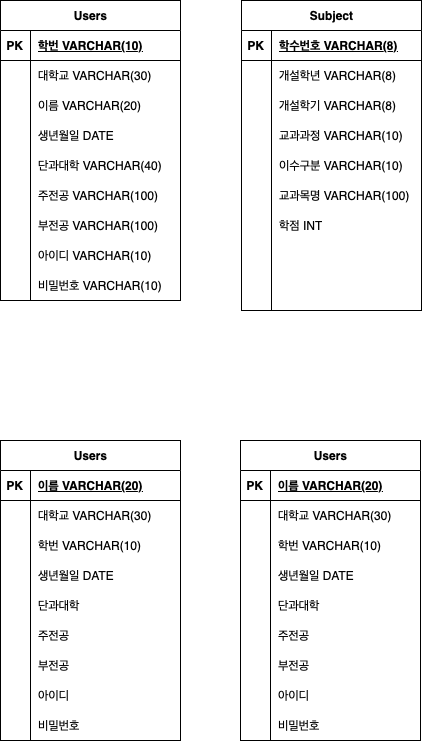
Earlier version of the draw.io export 전체 DB.drawio.png (korea29/2024-01-CSC4004-03-Summer). Source tidied: cells renumbered, new cells last; positions are measured from the earlier drawing's top-left corner, leaving out a move shared by most shapes.
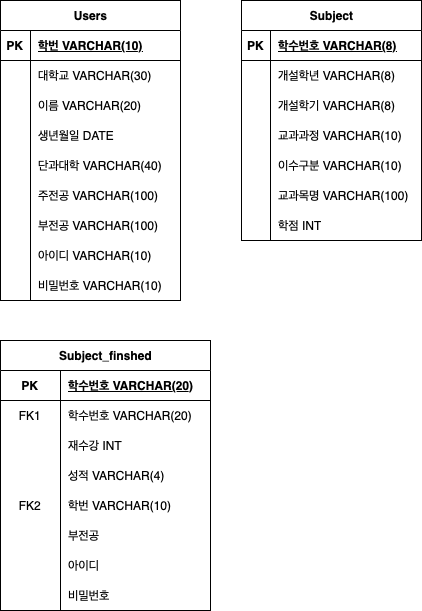
After the change.

Commit message:
전체 DB.drawio.png 업데이트

Change to the diagram source:
```diff
@@ -89,3 +89,3 @@
     <mxCell id="30" value="Subject" style="shape=table;startSize=30;rowLines=0;fontStyle=1;align=center;html=1;" parent="1" vertex="1">
-      <mxGeometry x="241" width="180" height="310" as="geometry" />
+      <mxGeometry x="241" width="180" height="240" as="geometry" />
     </mxCell>
@@ -95,6 +95,6 @@
     <mxCell id="32" value="PK" style="shape=partialRectangle;fillColor=none;top=0;left=0;bottom=0;right=0;fontStyle=1;overflow=hidden;whiteSpace=wrap;html=1;" parent="31" vertex="1">
-      <mxGeometry width="30" height="30" as="geometry" />
+      <mxGeometry width="29" height="30" as="geometry" />
     </mxCell>
     <mxCell id="33" value="학수번호 VARCHAR(8)" style="shape=partialRectangle;fillColor=none;top=0;left=0;bottom=0;right=0;align=left;spacingLeft=6;fontStyle=5;overflow=hidden;whiteSpace=wrap;html=1;" parent="31" vertex="1">
-      <mxGeometry x="30" width="150" height="30" as="geometry" />
+      <mxGeometry x="29" width="151" height="30" as="geometry" />
     </mxCell>
@@ -104,6 +104,6 @@
     <mxCell id="35" style="shape=partialRectangle;fillColor=none;top=0;left=0;bottom=0;right=0;overflow=hidden;whiteSpace=wrap;html=1;" parent="34" vertex="1">
-      <mxGeometry width="30" height="30" as="geometry" />
+      <mxGeometry width="29" height="30" as="geometry" />
     </mxCell>
     <mxCell id="36" value="개설학년 VARCHAR(8)" style="shape=partialRectangle;fillColor=none;top=0;left=0;bottom=0;right=0;align=left;spacingLeft=6;overflow=hidden;whiteSpace=wrap;html=1;" parent="34" vertex="1">
-      <mxGeometry x="30" width="150" height="30" as="geometry" />
+      <mxGeometry x="29" width="151" height="30" as="geometry" />
     </mxCell>
@@ -113,6 +113,6 @@
     <mxCell id="38" style="shape=partialRectangle;fillColor=none;top=0;left=0;bottom=0;right=0;overflow=hidden;whiteSpace=wrap;html=1;" parent="37" vertex="1">
-      <mxGeometry width="30" height="30" as="geometry" />
+      <mxGeometry width="29" height="30" as="geometry" />
     </mxCell>
     <mxCell id="39" value="개설학기 VARCHAR(8)" style="shape=partialRectangle;fillColor=none;top=0;left=0;bottom=0;right=0;align=left;spacingLeft=6;overflow=hidden;whiteSpace=wrap;html=1;" parent="37" vertex="1">
-      <mxGeometry x="30" width="150" height="30" as="geometry" />
+      <mxGeometry x="29" width="151" height="30" as="geometry" />
     </mxCell>
@@ -122,6 +122,6 @@
     <mxCell id="41" style="shape=partialRectangle;fillColor=none;top=0;left=0;bottom=0;right=0;overflow=hidden;whiteSpace=wrap;html=1;" parent="40" vertex="1">
-      <mxGeometry width="30" height="30" as="geometry" />
+      <mxGeometry width="29" height="30" as="geometry" />
     </mxCell>
     <mxCell id="42" value="교과과정 VARCHAR(10)" style="shape=partialRectangle;fillColor=none;top=0;left=0;bottom=0;right=0;align=left;spacingLeft=6;overflow=hidden;whiteSpace=wrap;html=1;" parent="40" vertex="1">
-      <mxGeometry x="30" width="150" height="30" as="geometry" />
+      <mxGeometry x="29" width="151" height="30" as="geometry" />
     </mxCell>
@@ -131,6 +131,6 @@
     <mxCell id="44" style="shape=partialRectangle;fillColor=none;top=0;left=0;bottom=0;right=0;overflow=hidden;whiteSpace=wrap;html=1;" parent="43" vertex="1">
-      <mxGeometry width="30" height="30" as="geometry" />
+      <mxGeometry width="29" height="30" as="geometry" />
     </mxCell>
     <mxCell id="45" value="이수구분 VARCHAR(10)" style="shape=partialRectangle;fillColor=none;top=0;left=0;bottom=0;right=0;align=left;spacingLeft=6;overflow=hidden;whiteSpace=wrap;html=1;" parent="43" vertex="1">
-      <mxGeometry x="30" width="150" height="30" as="geometry" />
+      <mxGeometry x="29" width="151" height="30" as="geometry" />
     </mxCell>
@@ -140,6 +140,6 @@
     <mxCell id="47" style="shape=partialRectangle;fillColor=none;top=0;left=0;bottom=0;right=0;overflow=hidden;whiteSpace=wrap;html=1;" parent="46" vertex="1">
-      <mxGeometry width="30" height="30" as="geometry" />
+      <mxGeometry width="29" height="30" as="geometry" />
     </mxCell>
     <mxCell id="48" value="교과목명 VARCHAR(100)" style="shape=partialRectangle;fillColor=none;top=0;left=0;bottom=0;right=0;align=left;spacingLeft=6;overflow=hidden;whiteSpace=wrap;html=1;" parent="46" vertex="1">
-      <mxGeometry x="30" width="150" height="30" as="geometry" />
+      <mxGeometry x="29" width="151" height="30" as="geometry" />
     </mxCell>
@@ -149,193 +149,82 @@
     <mxCell id="50" style="shape=partialRectangle;fillColor=none;top=0;left=0;bottom=0;right=0;overflow=hidden;whiteSpace=wrap;html=1;" parent="49" vertex="1">
-      <mxGeometry width="30" height="30" as="geometry" />
+      <mxGeometry width="29" height="30" as="geometry" />
     </mxCell>
     <mxCell id="51" value="학점 INT" style="shape=partialRectangle;fillColor=none;top=0;left=0;bottom=0;right=0;align=left;spacingLeft=6;overflow=hidden;whiteSpace=wrap;html=1;" parent="49" vertex="1">
-      <mxGeometry x="30" width="150" height="30" as="geometry" />
+      <mxGeometry x="29" width="151" height="30" as="geometry" />
     </mxCell>
-    <mxCell id="52" style="shape=tableRow;horizontal=0;startSize=0;swimlaneHead=0;swimlaneBody=0;fillColor=none;top=0;left=0;right=0;bottom=0;" parent="30" vertex="1">
-      <mxGeometry y="240" width="180" height="30" as="geometry" />
-    </mxCell>
-    <mxCell id="53" style="shape=partialRectangle;fillColor=none;top=0;left=0;bottom=0;right=0;overflow=hidden;whiteSpace=wrap;html=1;" parent="52" vertex="1">
-      <mxGeometry width="30" height="30" as="geometry" />
-    </mxCell>
-    <mxCell id="54" style="shape=partialRectangle;fillColor=none;top=0;left=0;bottom=0;right=0;align=left;spacingLeft=6;overflow=hidden;whiteSpace=wrap;html=1;" parent="52" vertex="1">
-      <mxGeometry x="30" width="150" height="30" as="geometry" />
-    </mxCell>
-    <mxCell id="55" style="shape=tableRow;horizontal=0;startSize=0;swimlaneHead=0;swimlaneBody=0;fillColor=none;top=0;left=0;right=0;bottom=0;" parent="30" vertex="1">
-      <mxGeometry y="270" width="180" height="40" as="geometry" />
-    </mxCell>
-    <mxCell id="56" style="shape=partialRectangle;fillColor=none;top=0;left=0;bottom=0;right=0;overflow=hidden;whiteSpace=wrap;html=1;" parent="55" vertex="1">
-      <mxGeometry width="30" height="40" as="geometry" />
-    </mxCell>
-    <mxCell id="57" style="shape=partialRectangle;fillColor=none;top=0;left=0;bottom=0;right=0;align=left;spacingLeft=6;overflow=hidden;whiteSpace=wrap;html=1;" parent="55" vertex="1">
-      <mxGeometry x="30" width="150" height="40" as="geometry" />
-    </mxCell>
-    <mxCell id="58" value="Users" style="shape=table;startSize=30;rowLines=0;fontStyle=1;align=center;html=1;" parent="1" vertex="1">
-      <mxGeometry y="440" width="180" height="300" as="geometry" />
+    <mxCell id="58" value="Subject_finshed" style="shape=table;startSize=30;rowLines=0;fontStyle=1;align=center;html=1;" parent="1" vertex="1">
+      <mxGeometry y="340" width="210" height="270" as="geometry" />
     </mxCell>
     <mxCell id="59" style="shape=tableRow;horizontal=0;startSize=0;swimlaneHead=0;swimlaneBody=0;fillColor=none;top=0;left=0;right=0;bottom=1;" parent="58" vertex="1">
-      <mxGeometry y="30" width="180" height="30" as="geometry" />
+      <mxGeometry y="30" width="210" height="30" as="geometry" />
     </mxCell>
     <mxCell id="60" value="PK" style="shape=partialRectangle;fillColor=none;top=0;left=0;bottom=0;right=0;fontStyle=1;overflow=hidden;whiteSpace=wrap;html=1;" parent="59" vertex="1">
-      <mxGeometry width="30" height="30" as="geometry" />
+      <mxGeometry width="60" height="30" as="geometry" />
     </mxCell>
-    <mxCell id="61" value="이름 VARCHAR(20)" style="shape=partialRectangle;fillColor=none;top=0;left=0;bottom=0;right=0;align=left;spacingLeft=6;fontStyle=5;overflow=hidden;whiteSpace=wrap;html=1;" parent="59" vertex="1">
-      <mxGeometry x="30" width="150" height="30" as="geometry" />
+    <mxCell id="61" value="학수번호 VARCHAR(20)" style="shape=partialRectangle;fillColor=none;top=0;left=0;bottom=0;right=0;align=left;spacingLeft=6;fontStyle=5;overflow=hidden;whiteSpace=wrap;html=1;" parent="59" vertex="1">
+      <mxGeometry x="60" width="150" height="30" as="geometry" />
     </mxCell>
     <mxCell id="62" style="shape=tableRow;horizontal=0;startSize=0;swimlaneHead=0;swimlaneBody=0;fillColor=none;top=0;left=0;right=0;bottom=0;" parent="58" vertex="1">
-      <mxGeometry y="60" width="180" height="30" as="geometry" />
+      <mxGeometry y="60" width="210" height="30" as="geometry" />
     </mxCell>
-    <mxCell id="63" style="shape=partialRectangle;fillColor=none;top=0;left=0;bottom=0;right=0;overflow=hidden;whiteSpace=wrap;html=1;" parent="62" vertex="1">
-      <mxGeometry width="30" height="30" as="geometry" />
+    <mxCell id="63" value="FK1" style="shape=partialRectangle;fillColor=none;top=0;left=0;bottom=0;right=0;overflow=hidden;whiteSpace=wrap;html=1;" parent="62" vertex="1">
+      <mxGeometry width="60" height="30" as="geometry" />
     </mxCell>
-    <mxCell id="64" value="대학교 VARCHAR(30)" style="shape=partialRectangle;fillColor=none;top=0;left=0;bottom=0;right=0;align=left;spacingLeft=6;overflow=hidden;whiteSpace=wrap;html=1;" parent="62" vertex="1">
-      <mxGeometry x="30" width="150" height="30" as="geometry" />
+    <mxCell id="64" value="학수번호 VARCHAR(20)" style="shape=partialRectangle;fillColor=none;top=0;left=0;bottom=0;right=0;align=left;spacingLeft=6;overflow=hidden;whiteSpace=wrap;html=1;" parent="62" vertex="1">
+      <mxGeometry x="60" width="150" height="30" as="geometry" />
     </mxCell>
     <mxCell id="65" style="shape=tableRow;horizontal=0;startSize=0;swimlaneHead=0;swimlaneBody=0;fillColor=none;top=0;left=0;right=0;bottom=0;" parent="58" vertex="1">
-      <mxGeometry y="90" width="180" height="30" as="geometry" />
+      <mxGeometry y="90" width="210" height="30" as="geometry" />
     </mxCell>
     <mxCell id="66" style="shape=partialRectangle;fillColor=none;top=0;left=0;bottom=0;right=0;overflow=hidden;whiteSpace=wrap;html=1;" parent="65" vertex="1">
-      <mxGeometry width="30" height="30" as="geometry" />
+      <mxGeometry width="60" height="30" as="geometry" />
     </mxCell>
-    <mxCell id="67" value="학번 VARCHAR(10)" style="shape=partialRectangle;fillColor=none;top=0;left=0;bottom=0;right=0;align=left;spacingLeft=6;overflow=hidden;whiteSpace=wrap;html=1;" parent="65" vertex="1">
-      <mxGeometry x="30" width="150" height="30" as="geometry" />
+    <mxCell id="67" value="재수강 INT" style="shape=partialRectangle;fillColor=none;top=0;left=0;bottom=0;right=0;align=left;spacingLeft=6;overflow=hidden;whiteSpace=wrap;html=1;" parent="65" vertex="1">
+      <mxGeometry x="60" width="150" height="30" as="geometry" />
     </mxCell>
     <mxCell id="68" style="shape=tableRow;horizontal=0;startSize=0;swimlaneHead=0;swimlaneBody=0;fillColor=none;top=0;left=0;right=0;bottom=0;" parent="58" vertex="1">
-      <mxGeometry y="120" width="180" height="30" as="geometry" />
+      <mxGeometry y="120" width="210" height="30" as="geometry" />
     </mxCell>
     <mxCell id="69" style="shape=partialRectangle;fillColor=none;top=0;left=0;bottom=0;right=0;overflow=hidden;whiteSpace=wrap;html=1;" parent="68" vertex="1">
-      <mxGeometry width="30" height="30" as="geometry" />
+      <mxGeometry width="60" height="30" as="geometry" />
     </mxCell>
-    <mxCell id="70" value="생년월일 DATE" style="shape=partialRectangle;fillColor=none;top=0;left=0;bottom=0;right=0;align=left;spacingLeft=6;overflow=hidden;whiteSpace=wrap;html=1;" parent="68" vertex="1">
-      <mxGeometry x="30" width="150" height="30" as="geometry" />
+    <mxCell id="70" value="성적 VARCHAR(4)" style="shape=partialRectangle;fillColor=none;top=0;left=0;bottom=0;right=0;align=left;spacingLeft=6;overflow=hidden;whiteSpace=wrap;html=1;" parent="68" vertex="1">
+      <mxGeometry x="60" width="150" height="30" as="geometry" />
     </mxCell>
     <mxCell id="71" style="shape=tableRow;horizontal=0;startSize=0;swimlaneHead=0;swimlaneBody=0;fillColor=none;top=0;left=0;right=0;bottom=0;" parent="58" vertex="1">
-      <mxGeometry y="150" width="180" height="30" as="geometry" />
+      <mxGeometry y="150" width="210" height="30" as="geometry" />
     </mxCell>
-    <mxCell id="72" style="shape=partialRectangle;fillColor=none;top=0;left=0;bottom=0;right=0;overflow=hidden;whiteSpace=wrap;html=1;" parent="71" vertex="1">
-      <mxGeometry width="30" height="30" as="geometry" />
+    <mxCell id="72" value="FK2" style="shape=partialRectangle;fillColor=none;top=0;left=0;bottom=0;right=0;overflow=hidden;whiteSpace=wrap;html=1;" parent="71" vertex="1">
+      <mxGeometry width="60" height="30" as="geometry" />
     </mxCell>
-    <mxCell id="73" value="단과대학&amp;nbsp;" style="shape=partialRectangle;fillColor=none;top=0;left=0;bottom=0;right=0;align=left;spacingLeft=6;overflow=hidden;whiteSpace=wrap;html=1;" parent="71" vertex="1">
-      <mxGeometry x="30" width="150" height="30" as="geometry" />
+    <mxCell id="73" value="학번 VARCHAR(10)" style="shape=partialRectangle;fillColor=none;top=0;left=0;bottom=0;right=0;align=left;spacingLeft=6;overflow=hidden;whiteSpace=wrap;html=1;" parent="71" vertex="1">
+      <mxGeometry x="60" width="150" height="30" as="geometry" />
     </mxCell>
-    <mxCell id="74" style="shape=tableRow;horizontal=0;startSize=0;swimlaneHead=0;swimlaneBody=0;fillColor=none;top=0;left=0;right=0;bottom=0;" parent="58" vertex="1">
-      <mxGeometry y="180" width="180" height="30" as="geometry" />
-    </mxCell>
-    <mxCell id="75" style="shape=partialRectangle;fillColor=none;top=0;left=0;bottom=0;right=0;overflow=hidden;whiteSpace=wrap;html=1;" parent="74" vertex="1">
-      <mxGeometry width="30" height="30" as="geometry" />
-    </mxCell>
-    <mxCell id="76" value="주전공" style="shape=partialRectangle;fillColor=none;top=0;left=0;bottom=0;right=0;align=left;spacingLeft=6;overflow=hidden;whiteSpace=wrap;html=1;" parent="74" vertex="1">
-      <mxGeometry x="30" width="150" height="30" as="geometry" />
-    </mxCell>
     <mxCell id="77" style="shape=tableRow;horizontal=0;startSize=0;swimlaneHead=0;swimlaneBody=0;fillColor=none;top=0;left=0;right=0;bottom=0;" parent="58" vertex="1">
-      <mxGeometry y="210" width="180" height="30" as="geometry" />
+      <mxGeometry y="180" width="210" height="30" as="geometry" />
     </mxCell>
     <mxCell id="78" style="shape=partialRectangle;fillColor=none;top=0;left=0;bottom=0;right=0;overflow=hidden;whiteSpace=wrap;html=1;" parent="77" vertex="1">
-      <mxGeometry width="30" height="30" as="geometry" />
+      <mxGeometry width="60" height="30" as="geometry" />
     </mxCell>
     <mxCell id="79" value="부전공" style="shape=partialRectangle;fillColor=none;top=0;left=0;bottom=0;right=0;align=left;spacingLeft=6;overflow=hidden;whiteSpace=wrap;html=1;" parent="77" vertex="1">
-      <mxGeometry x="30" width="150" height="30" as="geometry" />
+      <mxGeometry x="60" width="150" height="30" as="geometry" />
     </mxCell>
     <mxCell id="80" style="shape=tableRow;horizontal=0;startSize=0;swimlaneHead=0;swimlaneBody=0;fillColor=none;top=0;left=0;right=0;bottom=0;" parent="58" vertex="1">
-      <mxGeometry y="240" width="180" height="30" as="geometry" />
+      <mxGeometry y="210" width="210" height="30" as="geometry" />
     </mxCell>
     <mxCell id="81" style="shape=partialRectangle;fillColor=none;top=0;left=0;bottom=0;right=0;overflow=hidden;whiteSpace=wrap;html=1;" parent="80" vertex="1">
-      <mxGeometry width="30" height="30" as="geometry" />
+      <mxGeometry width="60" height="30" as="geometry" />
     </mxCell>
     <mxCell id="82" value="아이디" style="shape=partialRectangle;fillColor=none;top=0;left=0;bottom=0;right=0;align=left;spacingLeft=6;overflow=hidden;whiteSpace=wrap;html=1;" parent="80" vertex="1">
-      <mxGeometry x="30" width="150" height="30" as="geometry" />
+      <mxGeometry x="60" width="150" height="30" as="geometry" />
     </mxCell>
     <mxCell id="83" style="shape=tableRow;horizontal=0;startSize=0;swimlaneHead=0;swimlaneBody=0;fillColor=none;top=0;left=0;right=0;bottom=0;" parent="58" vertex="1">
-      <mxGeometry y="270" width="180" height="30" as="geometry" />
+      <mxGeometry y="240" width="210" height="30" as="geometry" />
     </mxCell>
     <mxCell id="84" style="shape=partialRectangle;fillColor=none;top=0;left=0;bottom=0;right=0;overflow=hidden;whiteSpace=wrap;html=1;" parent="83" vertex="1">
-      <mxGeometry width="30" height="30" as="geometry" />
+      <mxGeometry width="60" height="30" as="geometry" />
     </mxCell>
     <mxCell id="85" value="비밀번호" style="shape=partialRectangle;fillColor=none;top=0;left=0;bottom=0;right=0;align=left;spacingLeft=6;overflow=hidden;whiteSpace=wrap;html=1;" parent="83" vertex="1">
-      <mxGeometry x="30" width="150" height="30" as="geometry" />
+      <mxGeometry x="60" width="150" height="30" as="geometry" />
     </mxCell>
-    <mxCell id="86" value="Users" style="shape=table;startSize=30;rowLines=0;fontStyle=1;align=center;html=1;" parent="1" vertex="1">
-      <mxGeometry x="240" y="440" width="180" height="300" as="geometry" />
-    </mxCell>
-    <mxCell id="87" style="shape=tableRow;horizontal=0;startSize=0;swimlaneHead=0;swimlaneBody=0;fillColor=none;top=0;left=0;right=0;bottom=1;" parent="86" vertex="1">
-      <mxGeometry y="30" width="180" height="30" as="geometry" />
-    </mxCell>
-    <mxCell id="88" value="PK" style="shape=partialRectangle;fillColor=none;top=0;left=0;bottom=0;right=0;fontStyle=1;overflow=hidden;whiteSpace=wrap;html=1;" parent="87" vertex="1">
-      <mxGeometry width="30" height="30" as="geometry" />
-    </mxCell>
-    <mxCell id="89" value="이름 VARCHAR(20)" style="shape=partialRectangle;fillColor=none;top=0;left=0;bottom=0;right=0;align=left;spacingLeft=6;fontStyle=5;overflow=hidden;whiteSpace=wrap;html=1;" parent="87" vertex="1">
-      <mxGeometry x="30" width="150" height="30" as="geometry" />
-    </mxCell>
-    <mxCell id="90" style="shape=tableRow;horizontal=0;startSize=0;swimlaneHead=0;swimlaneBody=0;fillColor=none;top=0;left=0;right=0;bottom=0;" parent="86" vertex="1">
-      <mxGeometry y="60" width="180" height="30" as="geometry" />
-    </mxCell>
-    <mxCell id="91" style="shape=partialRectangle;fillColor=none;top=0;left=0;bottom=0;right=0;overflow=hidden;whiteSpace=wrap;html=1;" parent="90" vertex="1">
-      <mxGeometry width="30" height="30" as="geometry" />
-    </mxCell>
-    <mxCell id="92" value="대학교 VARCHAR(30)" style="shape=partialRectangle;fillColor=none;top=0;left=0;bottom=0;right=0;align=left;spacingLeft=6;overflow=hidden;whiteSpace=wrap;html=1;" parent="90" vertex="1">
-      <mxGeometry x="30" width="150" height="30" as="geometry" />
-    </mxCell>
-    <mxCell id="93" style="shape=tableRow;horizontal=0;startSize=0;swimlaneHead=0;swimlaneBody=0;fillColor=none;top=0;left=0;right=0;bottom=0;" parent="86" vertex="1">
-      <mxGeometry y="90" width="180" height="30" as="geometry" />
-    </mxCell>
-    <mxCell id="94" style="shape=partialRectangle;fillColor=none;top=0;left=0;bottom=0;right=0;overflow=hidden;whiteSpace=wrap;html=1;" parent="93" vertex="1">
-      <mxGeometry width="30" height="30" as="geometry" />
-    </mxCell>
-    <mxCell id="95" value="학번 VARCHAR(10)" style="shape=partialRectangle;fillColor=none;top=0;left=0;bottom=0;right=0;align=left;spacingLeft=6;overflow=hidden;whiteSpace=wrap;html=1;" parent="93" vertex="1">
-      <mxGeometry x="30" width="150" height="30" as="geometry" />
-    </mxCell>
-    <mxCell id="96" style="shape=tableRow;horizontal=0;startSize=0;swimlaneHead=0;swimlaneBody=0;fillColor=none;top=0;left=0;right=0;bottom=0;" parent="86" vertex="1">
-      <mxGeometry y="120" width="180" height="30" as="geometry" />
-    </mxCell>
-    <mxCell id="97" style="shape=partialRectangle;fillColor=none;top=0;left=0;bottom=0;right=0;overflow=hidden;whiteSpace=wrap;html=1;" parent="96" vertex="1">
-      <mxGeometry width="30" height="30" as="geometry" />
-    </mxCell>
-    <mxCell id="98" value="생년월일 DATE" style="shape=partialRectangle;fillColor=none;top=0;left=0;bottom=0;right=0;align=left;spacingLeft=6;overflow=hidden;whiteSpace=wrap;html=1;" parent="96" vertex="1">
-      <mxGeometry x="30" width="150" height="30" as="geometry" />
-    </mxCell>
-    <mxCell id="99" style="shape=tableRow;horizontal=0;startSize=0;swimlaneHead=0;swimlaneBody=0;fillColor=none;top=0;left=0;right=0;bottom=0;" parent="86" vertex="1">
-      <mxGeometry y="150" width="180" height="30" as="geometry" />
-    </mxCell>
-    <mxCell id="100" style="shape=partialRectangle;fillColor=none;top=0;left=0;bottom=0;right=0;overflow=hidden;whiteSpace=wrap;html=1;" parent="99" vertex="1">
-      <mxGeometry width="30" height="30" as="geometry" />
-    </mxCell>
-    <mxCell id="101" value="단과대학&amp;nbsp;" style="shape=partialRectangle;fillColor=none;top=0;left=0;bottom=0;right=0;align=left;spacingLeft=6;overflow=hidden;whiteSpace=wrap;html=1;" parent="99" vertex="1">
-      <mxGeometry x="30" width="150" height="30" as="geometry" />
-    </mxCell>
-    <mxCell id="102" style="shape=tableRow;horizontal=0;startSize=0;swimlaneHead=0;swimlaneBody=0;fillColor=none;top=0;left=0;right=0;bottom=0;" parent="86" vertex="1">
-      <mxGeometry y="180" width="180" height="30" as="geometry" />
-    </mxCell>
-    <mxCell id="103" style="shape=partialRectangle;fillColor=none;top=0;left=0;bottom=0;right=0;overflow=hidden;whiteSpace=wrap;html=1;" parent="102" vertex="1">
-      <mxGeometry width="30" height="30" as="geometry" />
-    </mxCell>
-    <mxCell id="104" value="주전공" style="shape=partialRectangle;fillColor=none;top=0;left=0;bottom=0;right=0;align=left;spacingLeft=6;overflow=hidden;whiteSpace=wrap;html=1;" parent="102" vertex="1">
-      <mxGeometry x="30" width="150" height="30" as="geometry" />
-    </mxCell>
-    <mxCell id="105" style="shape=tableRow;horizontal=0;startSize=0;swimlaneHead=0;swimlaneBody=0;fillColor=none;top=0;left=0;right=0;bottom=0;" parent="86" vertex="1">
-      <mxGeometry y="210" width="180" height="30" as="geometry" />
-    </mxCell>
-    <mxCell id="106" style="shape=partialRectangle;fillColor=none;top=0;left=0;bottom=0;right=0;overflow=hidden;whiteSpace=wrap;html=1;" parent="105" vertex="1">
-      <mxGeometry width="30" height="30" as="geometry" />
-    </mxCell>
-    <mxCell id="107" value="부전공" style="shape=partialRectangle;fillColor=none;top=0;left=0;bottom=0;right=0;align=left;spacingLeft=6;overflow=hidden;whiteSpace=wrap;html=1;" parent="105" vertex="1">
-      <mxGeometry x="30" width="150" height="30" as="geometry" />
-    </mxCell>
-    <mxCell id="108" style="shape=tableRow;horizontal=0;startSize=0;swimlaneHead=0;swimlaneBody=0;fillColor=none;top=0;left=0;right=0;bottom=0;" parent="86" vertex="1">
-      <mxGeometry y="240" width="180" height="30" as="geometry" />
-    </mxCell>
-    <mxCell id="109" style="shape=partialRectangle;fillColor=none;top=0;left=0;bottom=0;right=0;overflow=hidden;whiteSpace=wrap;html=1;" parent="108" vertex="1">
-      <mxGeometry width="30" height="30" as="geometry" />
-    </mxCell>
-    <mxCell id="110" value="아이디" style="shape=partialRectangle;fillColor=none;top=0;left=0;bottom=0;right=0;align=left;spacingLeft=6;overflow=hidden;whiteSpace=wrap;html=1;" parent="108" vertex="1">
-      <mxGeometry x="30" width="150" height="30" as="geometry" />
-    </mxCell>
-    <mxCell id="111" style="shape=tableRow;horizontal=0;startSize=0;swimlaneHead=0;swimlaneBody=0;fillColor=none;top=0;left=0;right=0;bottom=0;" parent="86" vertex="1">
-      <mxGeometry y="270" width="180" height="30" as="geometry" />
-    </mxCell>
-    <mxCell id="112" style="shape=partialRectangle;fillColor=none;top=0;left=0;bottom=0;right=0;overflow=hidden;whiteSpace=wrap;html=1;" parent="111" vertex="1">
-      <mxGeometry width="30" height="30" as="geometry" />
-    </mxCell>
-    <mxCell id="113" value="비밀번호" style="shape=partialRectangle;fillColor=none;top=0;left=0;bottom=0;right=0;align=left;spacingLeft=6;overflow=hidden;whiteSpace=wrap;html=1;" parent="111" vertex="1">
-      <mxGeometry x="30" width="150" height="30" as="geometry" />
-    </mxCell>
   </root>
```
